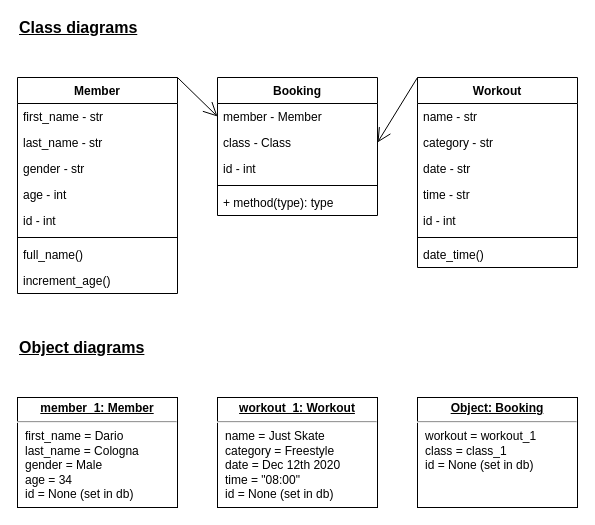
This is planning/classes.drawio from Stanhoucke/gym_web_app, a draw.io file, before an edit. Source tidied: cells renumbered, new cells numbered last; positions are measured from the earlier drawing's top-left corner, leaving out a move shared by most shapes. Both pictures are drawn from the tidied source at 100%, with x=0, y=0 at pixel (17, 17).
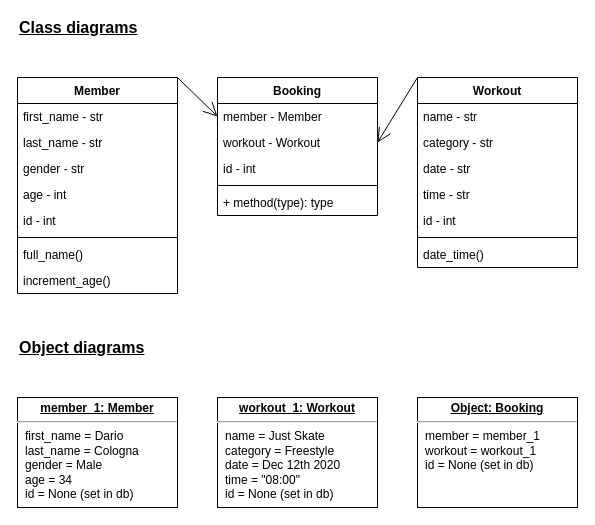
After the change.

Commit message (it also covers changes not shown here):
moved tests into app directory

Unchanged cells that the change refers to:
```xml
<mxCell id="19" value="Booking" style="swimlane;fontStyle=1;align=center;verticalAlign=top;horizontal=1;startSize=26;" parent="1" vertex="1">
  <mxGeometry x="200" y="60" width="160" height="138" as="geometry" />
</mxCell>
```

The edit, as a diff of the source:
```diff
@@
-    <mxCell id="21" value="class - Class" style="text;strokeColor=none;fillColor=none;align=left;verticalAlign=top;spacingLeft=4;spacingRight=4;overflow=hidden;points=[[0,0.5],[1,0.5]];portConstraint=eastwest;" parent="19" vertex="1">
+    <mxCell id="21" value="workout - Workout" style="text;strokeColor=none;fillColor=none;align=left;verticalAlign=top;spacingLeft=4;spacingRight=4;overflow=hidden;points=[[0,0.5],[1,0.5]];portConstraint=eastwest;" parent="19" vertex="1">
       <mxGeometry y="52" width="160" height="26" as="geometry" />
     </mxCell>
@@
-    <mxCell id="31" value="&lt;p style=&quot;margin: 0px ; margin-top: 4px ; text-align: center ; text-decoration: underline&quot;&gt;&lt;b&gt;Object: Booking&lt;/b&gt;&lt;/p&gt;&lt;hr&gt;&lt;p style=&quot;margin: 0px ; margin-left: 8px&quot;&gt;workout = workout_1&lt;br&gt;class = class_1&lt;/p&gt;&lt;p style=&quot;margin: 0px ; margin-left: 8px&quot;&gt;id = None (set in db)&lt;/p&gt;" style="verticalAlign=top;align=left;overflow=fill;fontSize=12;fontFamily=Helvetica;html=1;" parent="1" vertex="1">
+    <mxCell id="31" value="&lt;p style=&quot;margin: 0px ; margin-top: 4px ; text-align: center ; text-decoration: underline&quot;&gt;&lt;b&gt;Object: Booking&lt;/b&gt;&lt;/p&gt;&lt;hr&gt;&lt;p style=&quot;margin: 0px ; margin-left: 8px&quot;&gt;member = member_1&lt;/p&gt;&lt;p style=&quot;margin: 0px ; margin-left: 8px&quot;&gt;workout = workout_1&lt;br&gt;&lt;/p&gt;&lt;p style=&quot;margin: 0px ; margin-left: 8px&quot;&gt;id = None (set in db)&lt;/p&gt;" style="verticalAlign=top;align=left;overflow=fill;fontSize=12;fontFamily=Helvetica;html=1;" parent="1" vertex="1">
       <mxGeometry x="400" y="380" width="160" height="110" as="geometry" />
     </mxCell>
```
